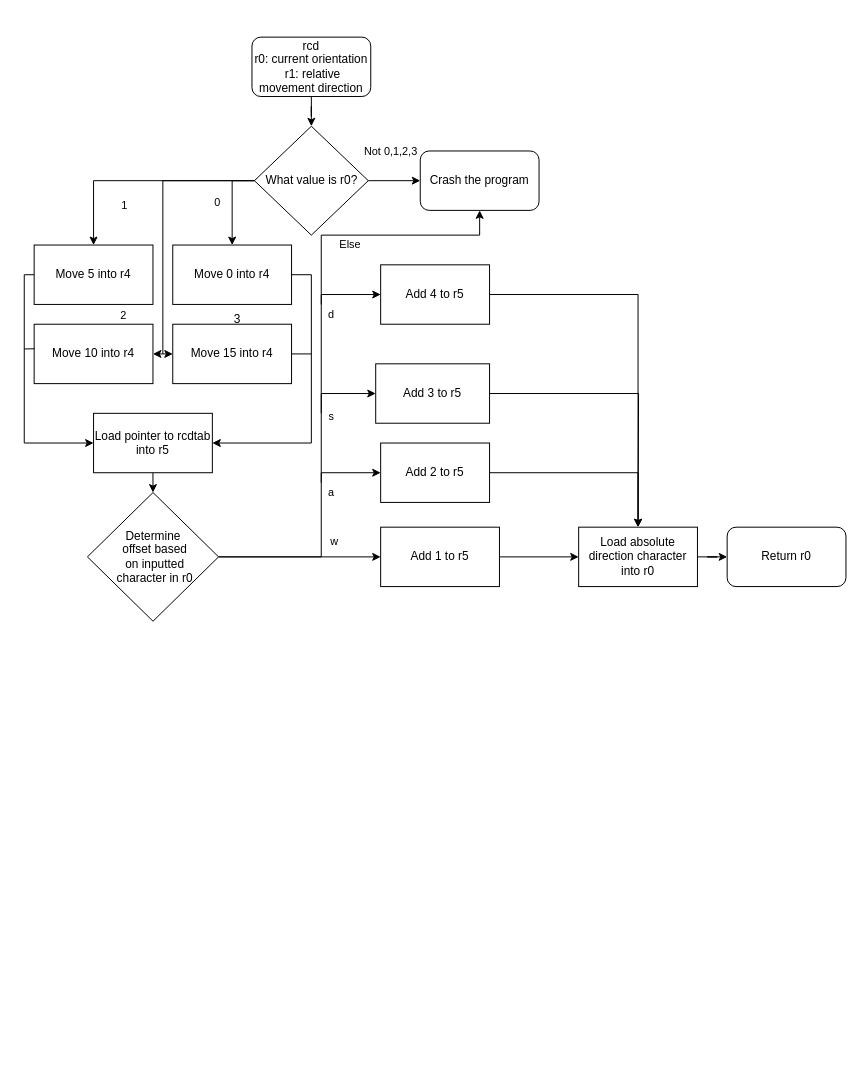
Earlier version of the draw.io diagram lab_7_flowcharts.drawio (nfox18212/nfox18212.github.io). Source tidied: cells renumbered, new cells numbered last; positions are measured from the earlier drawing's top-left corner, leaving out a move shared by most shapes. Both pictures are drawn from the tidied source at 99%, with x=0, y=0 at pixel (24, 37).
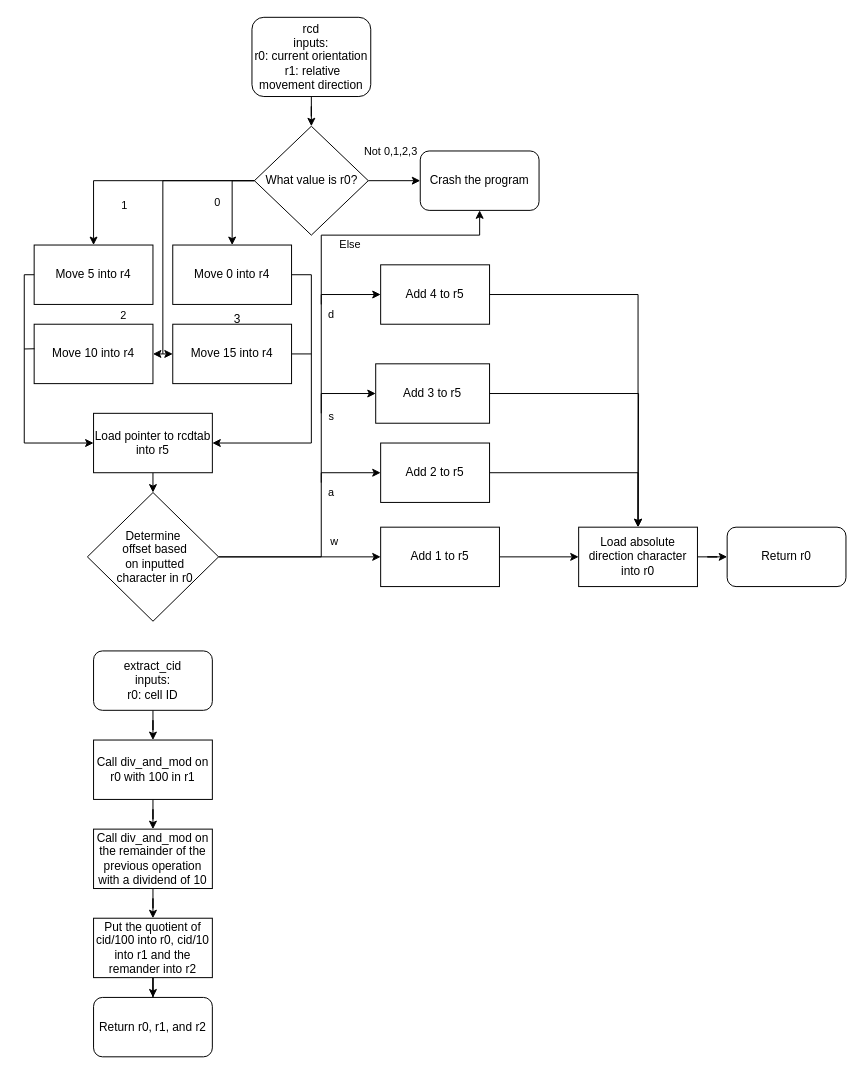
After the change.

Commit message:
Added extract_cid flowchart

The edit, as a diff of the source:
```diff
@@
-    <mxCell id="3" value="rcd&lt;br&gt;r0: current orientation&lt;br&gt;&amp;nbsp;r1: relative movement direction " style="rounded=1;whiteSpace=wrap;html=1;" parent="1" vertex="1">
-      <mxGeometry x="230" width="120" height="60" as="geometry" />
+    <mxCell id="3" value="&lt;div&gt;rcd&lt;/div&gt;&lt;div&gt;inputs:&lt;br&gt;&lt;/div&gt;r0: current orientation&lt;br&gt;&amp;nbsp;r1: relative movement direction " style="rounded=1;whiteSpace=wrap;html=1;" parent="1" vertex="1">
+      <mxGeometry x="230" y="-20" width="120" height="80" as="geometry" />
     </mxCell>
@@
+    <mxCell id="40" style="edgeStyle=orthogonalEdgeStyle;rounded=0;jettySize=auto;html=1;" parent="1" edge="1" source="41" target="43">
+      <mxGeometry relative="1" as="geometry" />
+    </mxCell>
+    <mxCell id="41" value="&lt;div&gt;extract_cid&lt;/div&gt;&lt;div&gt;inputs:&lt;br&gt;r0: cell ID&lt;br&gt;&lt;/div&gt;" style="rounded=1;whiteSpace=wrap;html=1;" parent="1" vertex="1">
+      <mxGeometry x="70" y="620" width="120" height="60" as="geometry" />
+    </mxCell>
+    <mxCell id="42" style="edgeStyle=orthogonalEdgeStyle;rounded=0;jettySize=auto;html=1;" parent="1" edge="1" source="43" target="45">
+      <mxGeometry relative="1" as="geometry" />
+    </mxCell>
+    <mxCell id="43" value="Call div_and_mod on r0 with 100 in r1" style="rounded=0;whiteSpace=wrap;html=1;" parent="1" vertex="1">
+      <mxGeometry x="70" y="710" width="120" height="60" as="geometry" />
+    </mxCell>
+    <mxCell id="44" style="edgeStyle=orthogonalEdgeStyle;rounded=0;jettySize=auto;html=1;" parent="1" edge="1" source="45" target="47">
+      <mxGeometry relative="1" as="geometry" />
+    </mxCell>
+    <mxCell id="45" value="Call div_and_mod on the remainder of the previous operation with a dividend of 10" style="rounded=0;whiteSpace=wrap;html=1;" parent="1" vertex="1">
+      <mxGeometry x="70" y="800" width="120" height="60" as="geometry" />
+    </mxCell>
+    <mxCell id="46" style="edgeStyle=orthogonalEdgeStyle;rounded=0;jettySize=auto;html=1;" parent="1" edge="1" source="47" target="48">
+      <mxGeometry relative="1" as="geometry" />
+    </mxCell>
+    <mxCell id="47" value="Put the quotient of cid/100 into r0, cid/10 into r1 and the remander into r2" style="rounded=0;whiteSpace=wrap;html=1;" parent="1" vertex="1">
+      <mxGeometry x="70" y="890" width="120" height="60" as="geometry" />
+    </mxCell>
+    <mxCell id="48" value="Return r0, r1, and r2" style="rounded=1;whiteSpace=wrap;html=1;" parent="1" vertex="1">
+      <mxGeometry x="70" y="970" width="120" height="60" as="geometry" />
+    </mxCell>
```
